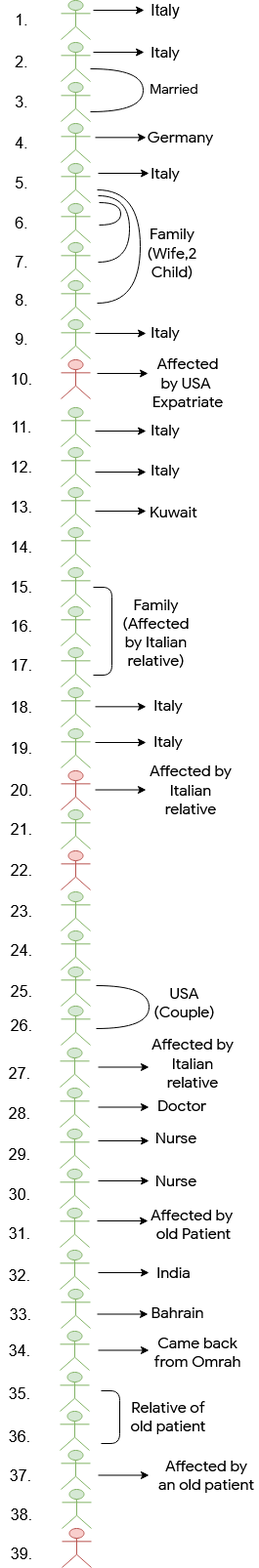
Before: assets/img/CoronaInfo.PNG, a diagram exported from draw.io (TeamTigers/coronainfobd). Source tidied: cells renumbered, new cells last; positions are measured from the earlier drawing's top-left corner, leaving out a move shared by most shapes.
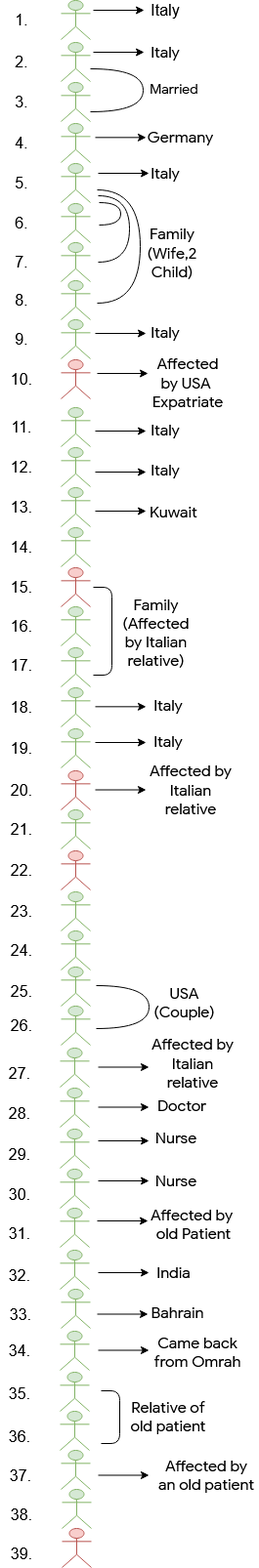
The same file after the commit.

Diff of the diagram source:
```diff
@@ -122,7 +122,7 @@
     <mxCell id="34" value="&lt;div style=&quot;font-size: 16px&quot;&gt;&lt;font style=&quot;font-size: 16px&quot;&gt;Family &lt;br&gt;&lt;/font&gt;&lt;/div&gt;&lt;div style=&quot;font-size: 16px&quot;&gt;&lt;font style=&quot;font-size: 16px&quot;&gt;(Wife,2 Child)&lt;/font&gt;&lt;/div&gt;" style="text;html=1;strokeColor=none;fillColor=none;align=center;verticalAlign=middle;whiteSpace=wrap;rounded=0;fontFamily=Google Sans;" parent="1" vertex="1">
       <mxGeometry x="135" y="229" width="82" height="59" as="geometry" />
     </mxCell>
-    <mxCell id="35" style="shape=umlActor;verticalLabelPosition=bottom;labelBackgroundColor=#ffffff;verticalAlign=top;html=1;fillColor=#d5e8d4;strokeColor=#82b366;" parent="1" vertex="1">
+    <mxCell id="35" style="shape=umlActor;verticalLabelPosition=bottom;labelBackgroundColor=#ffffff;verticalAlign=top;html=1;fillColor=#f8cecc;strokeColor=#b85450;" parent="1" vertex="1">
       <mxGeometry x="62" y="581" width="30" height="40" as="geometry" />
     </mxCell>
     <mxCell id="36" style="shape=umlActor;verticalLabelPosition=bottom;labelBackgroundColor=#ffffff;verticalAlign=top;html=1;fillColor=#d5e8d4;strokeColor=#82b366;" parent="1" vertex="1">
```
